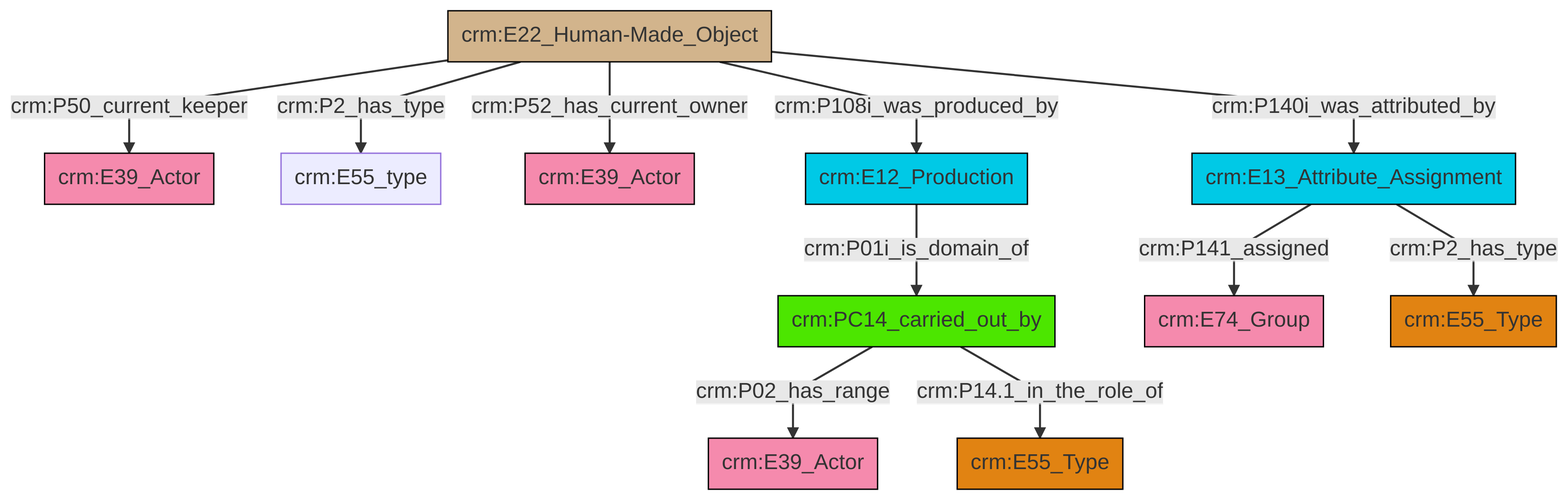
Earlier version of the Mermaid export et/artworkCSV/ttl/mmd/png/Artwork_Actor_Relations.png (swiss-art-research-net/docs.swissartresearch). Its source is kept beside it as et/artworkCSV/ttl/mmd/Artwork_Actor_Relations.ttl.mmd.
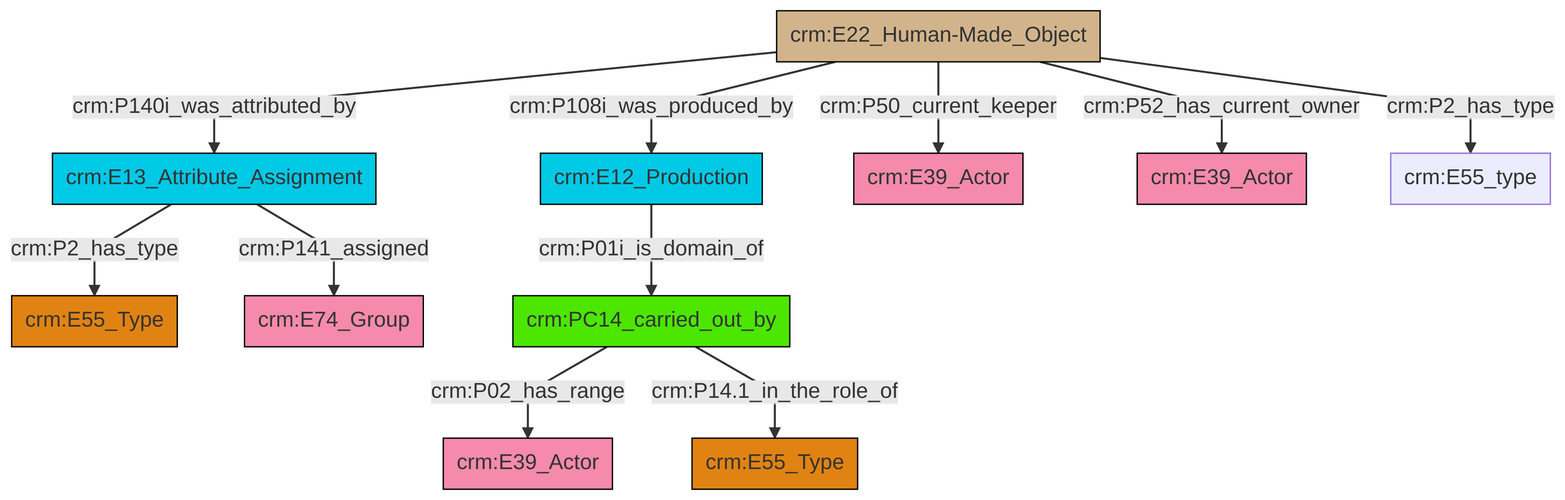
After the change.

What changed in the source:
```diff
@@ -13,13 +13,13 @@
 classDef PC_Classes fill:#4ce600, stroke:#000000;
 classDef Multi fill:#cccccc,stroke:#000000;
 
-4["crm:E22_Human-Made_Object"]:::Physical_Thing -->|crm:P50_current_keeper| 5["crm:E39_Actor"]:::Actor
-2["crm:PC14_carried_out_by"]:::PC_Classes -->|crm:P02_has_range| 0["crm:E39_Actor"]:::Actor
-4["crm:E22_Human-Made_Object"]:::Physical_Thing -->|crm:P2_has_type| 10["crm:E55_type"]:::Default
-4["crm:E22_Human-Made_Object"]:::Physical_Thing -->|crm:P140i_was_attributed_by| 14["crm:E13_Attribute_Assignment"]:::Temporal_Entity
-14["crm:E13_Attribute_Assignment"]:::Temporal_Entity -->|crm:P2_has_type| 16["crm:E55_Type"]:::Type
-18["crm:E12_Production"]:::Temporal_Entity -->|crm:P01i_is_domain_of| 2["crm:PC14_carried_out_by"]:::PC_Classes
-2["crm:PC14_carried_out_by"]:::PC_Classes -->|crm:P14.1_in_the_role_of| 6["crm:E55_Type"]:::Type
-4["crm:E22_Human-Made_Object"]:::Physical_Thing -->|crm:P108i_was_produced_by| 18["crm:E12_Production"]:::Temporal_Entity
-14["crm:E13_Attribute_Assignment"]:::Temporal_Entity -->|crm:P141_assigned| 8["crm:E74_Group"]:::Actor
-4["crm:E22_Human-Made_Object"]:::Physical_Thing -->|crm:P52_has_current_owner| 12["crm:E39_Actor"]:::Actor
+0["crm:E13_Attribute_Assignment"]:::Temporal_Entity -->|crm:P2_has_type| 1["crm:E55_Type"]:::Type
+5["crm:E12_Production"]:::Temporal_Entity -->|crm:P01i_is_domain_of| 6["crm:PC14_carried_out_by"]:::PC_Classes
+6["crm:PC14_carried_out_by"]:::PC_Classes -->|crm:P02_has_range| 8["crm:E39_Actor"]:::Actor
+9["crm:E22_Human-Made_Object"]:::Physical_Thing -->|crm:P140i_was_attributed_by| 0["crm:E13_Attribute_Assignment"]:::Temporal_Entity
+9["crm:E22_Human-Made_Object"]:::Physical_Thing -->|crm:P50_current_keeper| 13["crm:E39_Actor"]:::Actor
+6["crm:PC14_carried_out_by"]:::PC_Classes -->|crm:P14.1_in_the_role_of| 10["crm:E55_Type"]:::Type
+9["crm:E22_Human-Made_Object"]:::Physical_Thing -->|crm:P108i_was_produced_by| 5["crm:E12_Production"]:::Temporal_Entity
+9["crm:E22_Human-Made_Object"]:::Physical_Thing -->|crm:P52_has_current_owner| 16["crm:E39_Actor"]:::Actor
+9["crm:E22_Human-Made_Object"]:::Physical_Thing -->|crm:P2_has_type| 18["crm:E55_type"]:::Default
+0["crm:E13_Attribute_Assignment"]:::Temporal_Entity -->|crm:P141_assigned| 2["crm:E74_Group"]:::Actor
```
